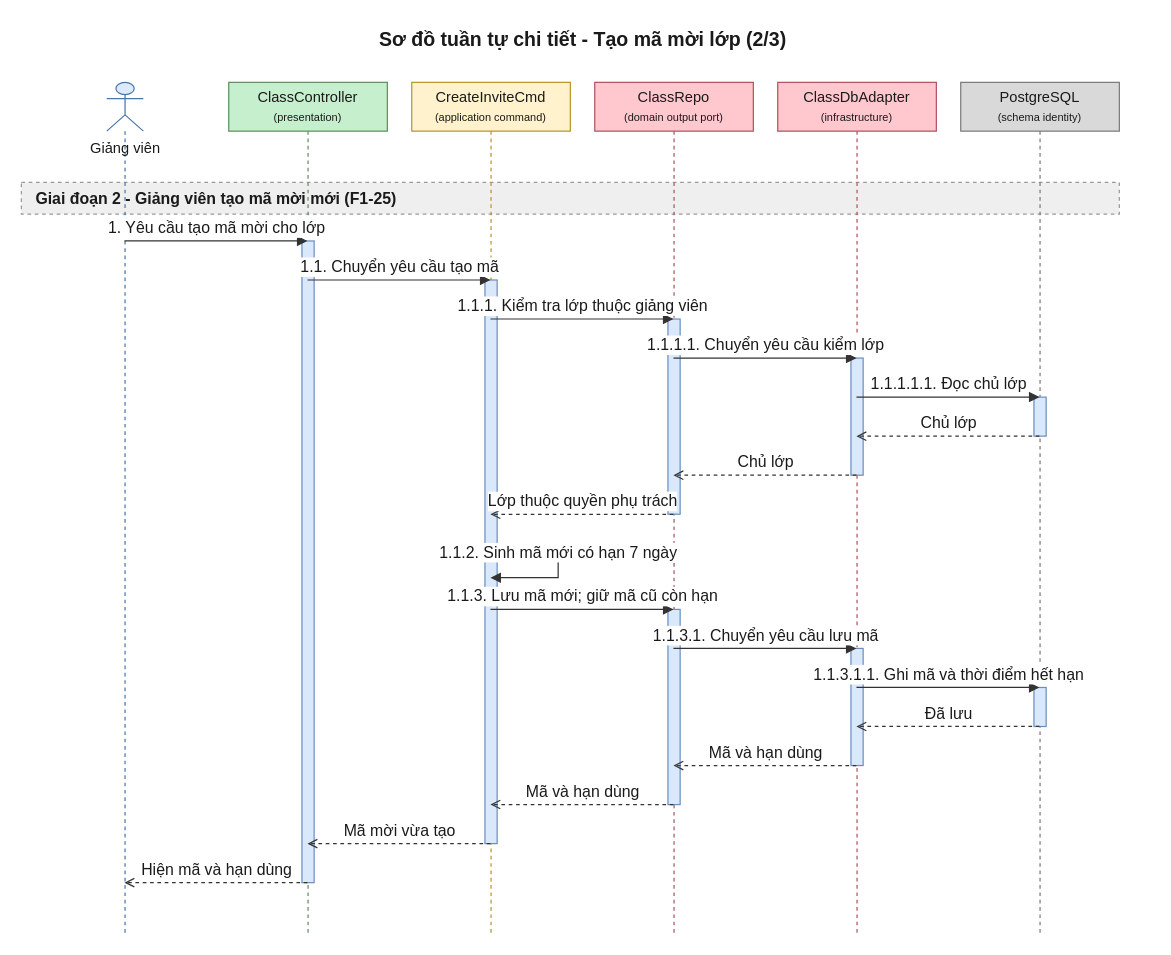
Above: 08-diagram/sequence/gv/sequence_gv_tao_lop_va_ma_moi_p2.drawio in daiphu1801/PRJ_ALGOPREP (draw.io), before the change. Source tidied: cells renumbered, new cells numbered last; positions are measured from the earlier drawing's top-left corner, leaving out a move shared by most shapes. Both pictures are drawn from the tidied source at 122%, with x=0, y=0 at pixel (21, 21).
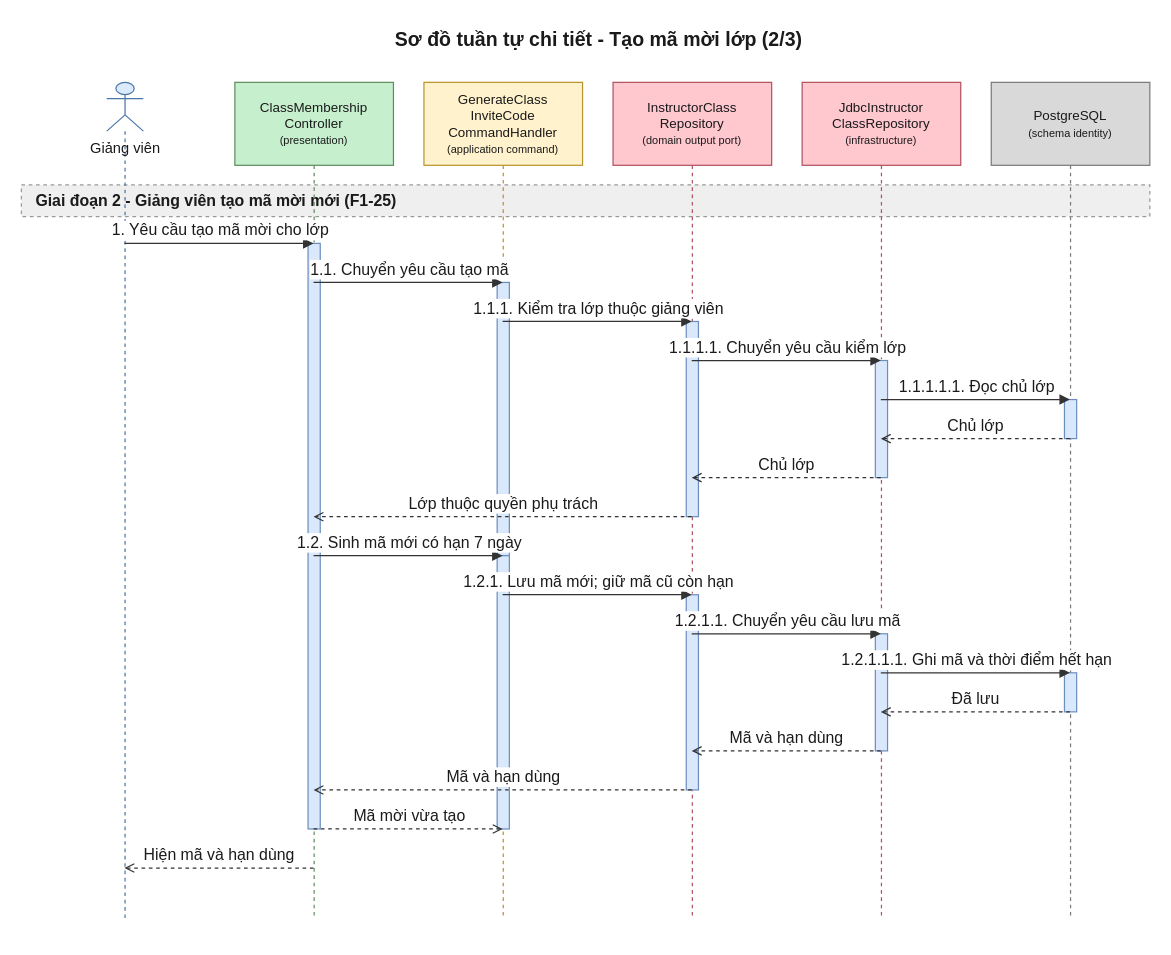
After the change.

Change to the diagram source:
```diff
@@
     <mxCell id="2" value="Sơ đồ tuần tự chi tiết - Tạo mã mời lớp (2/3)" style="text;html=1;fontSize=16;fontStyle=1;align=center;verticalAlign=middle;fontColor=#1A1A1A;" parent="1" vertex="1">
-      <mxGeometry x="20" width="880" height="30" as="geometry" />
+      <mxGeometry x="20" width="905" height="30" as="geometry" />
     </mxCell>
     <mxCell id="3" value="Giai đoạn 2 - Giảng viên tạo mã mời mới (F1-25)" style="algoprep=phase;rounded=0;whiteSpace=wrap;html=1;fillColor=#EFEFEF;strokeColor=#999999;dashed=1;align=left;verticalAlign=middle;spacingLeft=10;fontColor=#1A1A1A;fontSize=13;fontStyle=1;" parent="1" vertex="1">
-      <mxGeometry y="132" width="900" height="26" as="geometry" />
+      <mxGeometry y="134" width="925" height="26" as="geometry" />
     </mxCell>
     <mxCell id="4" value="Giảng viên" style="shape=umlLifeline;participant=umlActor;perimeter=lifelinePerimeter;html=1;outlineConnect=0;size=40;verticalAlign=top;spacingTop=40;fillColor=#DCEBFC;strokeColor=#4A76A8;fontColor=#1A1A1A;" parent="1" vertex="1">
-      <mxGeometry x="70" y="50" width="30" height="698" as="geometry" />
+      <mxGeometry x="70" y="50" width="30" height="686" as="geometry" />
     </mxCell>
-    <mxCell id="5" value="ClassController&lt;br&gt;&lt;font style=&quot;font-size:9px&quot;&gt;(presentation)&lt;/font&gt;" style="shape=umlLifeline;perimeter=lifelinePerimeter;whiteSpace=wrap;html=1;outlineConnect=0;size=40;fillColor=#C6EFCE;strokeColor=#5E8E5E;fontColor=#1A1A1A;" parent="1" vertex="1">
-      <mxGeometry x="170" y="50" width="130" height="698" as="geometry" />
+    <mxCell id="5" value="ClassMembership&lt;br&gt;Controller&lt;br&gt;&lt;font style=&quot;font-size:9px&quot;&gt;(presentation)&lt;/font&gt;" style="shape=umlLifeline;perimeter=lifelinePerimeter;whiteSpace=wrap;html=1;outlineConnect=0;size=68;fontSize=11;fillColor=#C6EFCE;strokeColor=#5E8E5E;fontColor=#1A1A1A;" parent="1" vertex="1">
+      <mxGeometry x="175" y="50" width="130" height="686" as="geometry" />
     </mxCell>
-    <mxCell id="6" value="CreateInviteCmd&lt;br&gt;&lt;font style=&quot;font-size:9px&quot;&gt;(application command)&lt;/font&gt;" style="shape=umlLifeline;perimeter=lifelinePerimeter;whiteSpace=wrap;html=1;outlineConnect=0;size=40;fillColor=#FFF2CC;strokeColor=#B8952A;fontColor=#1A1A1A;" parent="1" vertex="1">
-      <mxGeometry x="320" y="50" width="130" height="698" as="geometry" />
+    <mxCell id="6" value="GenerateClass&lt;br&gt;InviteCode&lt;br&gt;CommandHandler&lt;br&gt;&lt;font style=&quot;font-size:9px&quot;&gt;(application command)&lt;/font&gt;" style="shape=umlLifeline;perimeter=lifelinePerimeter;whiteSpace=wrap;html=1;outlineConnect=0;size=68;fontSize=11;fillColor=#FFF2CC;strokeColor=#B8952A;fontColor=#1A1A1A;" parent="1" vertex="1">
+      <mxGeometry x="330" y="50" width="130" height="686" as="geometry" />
     </mxCell>
-    <mxCell id="7" value="ClassRepo&lt;br&gt;&lt;font style=&quot;font-size:9px&quot;&gt;(domain output port)&lt;/font&gt;" style="shape=umlLifeline;perimeter=lifelinePerimeter;whiteSpace=wrap;html=1;outlineConnect=0;size=40;fillColor=#FFC7CE;strokeColor=#B0525E;fontColor=#1A1A1A;" parent="1" vertex="1">
-      <mxGeometry x="470" y="50" width="130" height="698" as="geometry" />
+    <mxCell id="7" value="InstructorClass&lt;br&gt;Repository&lt;br&gt;&lt;font style=&quot;font-size:9px&quot;&gt;(domain output port)&lt;/font&gt;" style="shape=umlLifeline;perimeter=lifelinePerimeter;whiteSpace=wrap;html=1;outlineConnect=0;size=68;fontSize=11;fillColor=#FFC7CE;strokeColor=#B0525E;fontColor=#1A1A1A;" parent="1" vertex="1">
+      <mxGeometry x="485" y="50" width="130" height="686" as="geometry" />
     </mxCell>
-    <mxCell id="8" value="ClassDbAdapter&lt;br&gt;&lt;font style=&quot;font-size:9px&quot;&gt;(infrastructure)&lt;/font&gt;" style="shape=umlLifeline;perimeter=lifelinePerimeter;whiteSpace=wrap;html=1;outlineConnect=0;size=40;fillColor=#FFC7CE;strokeColor=#B0525E;fontColor=#1A1A1A;" parent="1" vertex="1">
-      <mxGeometry x="620" y="50" width="130" height="698" as="geometry" />
+    <mxCell id="8" value="JdbcInstructor&lt;br&gt;ClassRepository&lt;br&gt;&lt;font style=&quot;font-size:9px&quot;&gt;(infrastructure)&lt;/font&gt;" style="shape=umlLifeline;perimeter=lifelinePerimeter;whiteSpace=wrap;html=1;outlineConnect=0;size=68;fontSize=11;fillColor=#FFC7CE;strokeColor=#B0525E;fontColor=#1A1A1A;" parent="1" vertex="1">
+      <mxGeometry x="640" y="50" width="130" height="686" as="geometry" />
     </mxCell>
-    <mxCell id="9" value="PostgreSQL&lt;br&gt;&lt;font style=&quot;font-size:9px&quot;&gt;(schema identity)&lt;/font&gt;" style="shape=umlLifeline;perimeter=lifelinePerimeter;whiteSpace=wrap;html=1;outlineConnect=0;size=40;fillColor=#D9D9D9;strokeColor=#7A7A7A;fontColor=#1A1A1A;" parent="1" vertex="1">
-      <mxGeometry x="770" y="50" width="130" height="698" as="geometry" />
+    <mxCell id="9" value="PostgreSQL&lt;br&gt;&lt;font style=&quot;font-size:9px&quot;&gt;(schema identity)&lt;/font&gt;" style="shape=umlLifeline;perimeter=lifelinePerimeter;whiteSpace=wrap;html=1;outlineConnect=0;size=68;fontSize=11;fillColor=#D9D9D9;strokeColor=#7A7A7A;fontColor=#1A1A1A;" parent="1" vertex="1">
+      <mxGeometry x="795" y="50" width="130" height="686" as="geometry" />
     </mxCell>
     <mxCell id="10" style="html=1;perimeter=orthogonalPerimeter;targetShapes=umlLifeline;fillColor=#DAE8FC;strokeColor=#6C8EBF;" parent="9" vertex="1">
-      <mxGeometry x="60" y="258" width="10" height="32" as="geometry" />
+      <mxGeometry x="60" y="260" width="10" height="32" as="geometry" />
     </mxCell>
     <mxCell id="11" style="html=1;perimeter=orthogonalPerimeter;targetShapes=umlLifeline;fillColor=#DAE8FC;strokeColor=#6C8EBF;" parent="8" vertex="1">
-      <mxGeometry x="60" y="226" width="10" height="96" as="geometry" />
+      <mxGeometry x="60" y="228" width="10" height="96" as="geometry" />
     </mxCell>
     <mxCell id="12" style="html=1;perimeter=orthogonalPerimeter;targetShapes=umlLifeline;fillColor=#DAE8FC;strokeColor=#6C8EBF;" parent="7" vertex="1">
-      <mxGeometry x="60" y="194" width="10" height="160" as="geometry" />
+      <mxGeometry x="60" y="196" width="10" height="160" as="geometry" />
     </mxCell>
-    <mxCell id="13" style="html=1;perimeter=orthogonalPerimeter;targetShapes=umlLifeline;fillColor=#DAE8FC;strokeColor=#6C8EBF;" parent="9" vertex="1">
-      <mxGeometry x="60" y="496" width="10" height="32" as="geometry" />
+    <mxCell id="13" style="html=1;perimeter=orthogonalPerimeter;targetShapes=umlLifeline;fillColor=#DAE8FC;strokeColor=#6C8EBF;" parent="6" vertex="1">
+      <mxGeometry x="60" y="164" width="10" height="224" as="geometry" />
     </mxCell>
-    <mxCell id="14" style="html=1;perimeter=orthogonalPerimeter;targetShapes=umlLifeline;fillColor=#DAE8FC;strokeColor=#6C8EBF;" parent="8" vertex="1">
-      <mxGeometry x="60" y="464" width="10" height="96" as="geometry" />
+    <mxCell id="14" style="html=1;perimeter=orthogonalPerimeter;targetShapes=umlLifeline;fillColor=#DAE8FC;strokeColor=#6C8EBF;" parent="9" vertex="1">
+      <mxGeometry x="60" y="484" width="10" height="32" as="geometry" />
     </mxCell>
-    <mxCell id="15" style="html=1;perimeter=orthogonalPerimeter;targetShapes=umlLifeline;fillColor=#DAE8FC;strokeColor=#6C8EBF;" parent="7" vertex="1">
-      <mxGeometry x="60" y="432" width="10" height="160" as="geometry" />
+    <mxCell id="15" style="html=1;perimeter=orthogonalPerimeter;targetShapes=umlLifeline;fillColor=#DAE8FC;strokeColor=#6C8EBF;" parent="8" vertex="1">
+      <mxGeometry x="60" y="452" width="10" height="96" as="geometry" />
     </mxCell>
-    <mxCell id="16" style="html=1;perimeter=orthogonalPerimeter;targetShapes=umlLifeline;fillColor=#DAE8FC;strokeColor=#6C8EBF;" parent="6" vertex="1">
-      <mxGeometry x="60" y="162" width="10" height="462" as="geometry" />
+    <mxCell id="16" style="html=1;perimeter=orthogonalPerimeter;targetShapes=umlLifeline;fillColor=#DAE8FC;strokeColor=#6C8EBF;" parent="7" vertex="1">
+      <mxGeometry x="60" y="420" width="10" height="160" as="geometry" />
     </mxCell>
-    <mxCell id="17" style="html=1;perimeter=orthogonalPerimeter;targetShapes=umlLifeline;fillColor=#DAE8FC;strokeColor=#6C8EBF;" parent="5" vertex="1">
-      <mxGeometry x="60" y="130" width="10" height="526" as="geometry" />
+    <mxCell id="17" style="html=1;perimeter=orthogonalPerimeter;targetShapes=umlLifeline;fillColor=#DAE8FC;strokeColor=#6C8EBF;" parent="6" vertex="1">
+      <mxGeometry x="60" y="388" width="10" height="224" as="geometry" />
     </mxCell>
-    <mxCell id="18" value="1. Yêu cầu tạo mã mời cho lớp" style="edgeStyle=none;html=1;endArrow=block;endFill=1;strokeColor=#333333;fontColor=#1A1A1A;fontSize=13;verticalAlign=bottom;exitX=0.5;exitY=0.1862;exitDx=0;exitDy=0;entryX=0.5;entryY=0.1862;entryDx=0;entryDy=0;" parent="1" edge="1" source="4" target="5">
-      <mxGeometry relative="1" as="geometry" />
-    </mxCell>
+    <mxCell id="35" style="html=1;perimeter=orthogonalPerimeter;targetShapes=umlLifeline;fillColor=#DAE8FC;strokeColor=#6C8EBF;" parent="5" vertex="1">
+      <mxGeometry x="60" y="132" width="10" height="480" as="geometry" />
+    </mxCell>
-    <mxCell id="19" value="1.1. Chuyển yêu cầu tạo mã" style="edgeStyle=none;html=1;endArrow=block;endFill=1;strokeColor=#333333;fontColor=#1A1A1A;fontSize=13;verticalAlign=bottom;exitX=0.5;exitY=0.2321;exitDx=0;exitDy=0;entryX=0.5;entryY=0.2321;entryDx=0;entryDy=0;" parent="1" edge="1" source="5" target="6">
+    <mxCell id="19" value="1. Yêu cầu tạo mã mời cho lớp" style="edgeStyle=none;html=1;endArrow=block;endFill=1;strokeColor=#333333;fontColor=#1A1A1A;fontSize=13;verticalAlign=bottom;exitX=0.5;exitY=0.1924;exitDx=0;exitDy=0;entryX=0.5;entryY=0.1924;entryDx=0;entryDy=0;" parent="1" edge="1" source="4" target="5">
       <mxGeometry relative="1" as="geometry" />
     </mxCell>
-    <mxCell id="20" value="1.1.1. Kiểm tra lớp thuộc giảng viên" style="edgeStyle=none;html=1;endArrow=block;endFill=1;strokeColor=#333333;fontColor=#1A1A1A;fontSize=13;verticalAlign=bottom;exitX=0.5;exitY=0.2779;exitDx=0;exitDy=0;entryX=0.5;entryY=0.2779;entryDx=0;entryDy=0;" parent="1" edge="1" source="6" target="7">
+    <mxCell id="20" value="1.1. Chuyển yêu cầu tạo mã" style="edgeStyle=none;html=1;endArrow=block;endFill=1;strokeColor=#333333;fontColor=#1A1A1A;fontSize=13;verticalAlign=bottom;exitX=0.5;exitY=0.2391;exitDx=0;exitDy=0;entryX=0.5;entryY=0.2391;entryDx=0;entryDy=0;" parent="1" edge="1" source="5" target="6">
       <mxGeometry relative="1" as="geometry" />
     </mxCell>
-    <mxCell id="21" value="1.1.1.1. Chuyển yêu cầu kiểm lớp" style="edgeStyle=none;html=1;endArrow=block;endFill=1;strokeColor=#333333;fontColor=#1A1A1A;fontSize=13;verticalAlign=bottom;exitX=0.5;exitY=0.3238;exitDx=0;exitDy=0;entryX=0.5;entryY=0.3238;entryDx=0;entryDy=0;" parent="1" edge="1" source="7" target="8">
+    <mxCell id="21" value="1.1.1. Kiểm tra lớp thuộc giảng viên" style="edgeStyle=none;html=1;endArrow=block;endFill=1;strokeColor=#333333;fontColor=#1A1A1A;fontSize=13;verticalAlign=bottom;exitX=0.5;exitY=0.2857;exitDx=0;exitDy=0;entryX=0.5;entryY=0.2857;entryDx=0;entryDy=0;" parent="1" edge="1" source="6" target="7">
       <mxGeometry relative="1" as="geometry" />
     </mxCell>
-    <mxCell id="22" value="1.1.1.1.1. Đọc chủ lớp" style="edgeStyle=none;html=1;endArrow=block;endFill=1;strokeColor=#333333;fontColor=#1A1A1A;fontSize=13;verticalAlign=bottom;exitX=0.5;exitY=0.3696;exitDx=0;exitDy=0;entryX=0.5;entryY=0.3696;entryDx=0;entryDy=0;" parent="1" edge="1" source="8" target="9">
+    <mxCell id="22" value="1.1.1.1. Chuyển yêu cầu kiểm lớp" style="edgeStyle=none;html=1;endArrow=block;endFill=1;strokeColor=#333333;fontColor=#1A1A1A;fontSize=13;verticalAlign=bottom;exitX=0.5;exitY=0.3324;exitDx=0;exitDy=0;entryX=0.5;entryY=0.3324;entryDx=0;entryDy=0;" parent="1" edge="1" source="7" target="8">
       <mxGeometry relative="1" as="geometry" />
     </mxCell>
-    <mxCell id="23" value="Chủ lớp" style="edgeStyle=none;html=1;endArrow=open;endFill=0;dashed=1;strokeColor=#333333;fontColor=#1A1A1A;fontSize=13;verticalAlign=bottom;exitX=0.5;exitY=0.4155;exitDx=0;exitDy=0;entryX=0.5;entryY=0.4155;entryDx=0;entryDy=0;" parent="1" edge="1" source="9" target="8">
+    <mxCell id="23" value="1.1.1.1.1. Đọc chủ lớp" style="edgeStyle=none;html=1;endArrow=block;endFill=1;strokeColor=#333333;fontColor=#1A1A1A;fontSize=13;verticalAlign=bottom;exitX=0.5;exitY=0.3790;exitDx=0;exitDy=0;entryX=0.5;entryY=0.3790;entryDx=0;entryDy=0;" parent="1" edge="1" source="8" target="9">
       <mxGeometry relative="1" as="geometry" />
     </mxCell>
-    <mxCell id="24" value="Chủ lớp" style="edgeStyle=none;html=1;endArrow=open;endFill=0;dashed=1;strokeColor=#333333;fontColor=#1A1A1A;fontSize=13;verticalAlign=bottom;exitX=0.5;exitY=0.4613;exitDx=0;exitDy=0;entryX=0.5;entryY=0.4613;entryDx=0;entryDy=0;" parent="1" edge="1" source="8" target="7">
+    <mxCell id="24" value="Chủ lớp" style="edgeStyle=none;html=1;endArrow=open;endFill=0;dashed=1;strokeColor=#333333;fontColor=#1A1A1A;fontSize=13;verticalAlign=bottom;exitX=0.5;exitY=0.4257;exitDx=0;exitDy=0;entryX=0.5;entryY=0.4257;entryDx=0;entryDy=0;" parent="1" edge="1" source="9" target="8">
       <mxGeometry relative="1" as="geometry" />
     </mxCell>
-    <mxCell id="25" value="Lớp thuộc quyền phụ trách" style="edgeStyle=none;html=1;endArrow=open;endFill=0;dashed=1;strokeColor=#333333;fontColor=#1A1A1A;fontSize=13;verticalAlign=bottom;exitX=0.5;exitY=0.5072;exitDx=0;exitDy=0;entryX=0.5;entryY=0.5072;entryDx=0;entryDy=0;" parent="1" edge="1" source="7" target="6">
+    <mxCell id="25" value="Chủ lớp" style="edgeStyle=none;html=1;endArrow=open;endFill=0;dashed=1;strokeColor=#333333;fontColor=#1A1A1A;fontSize=13;verticalAlign=bottom;exitX=0.5;exitY=0.4723;exitDx=0;exitDy=0;entryX=0.5;entryY=0.4723;entryDx=0;entryDy=0;" parent="1" edge="1" source="8" target="7">
       <mxGeometry relative="1" as="geometry" />
     </mxCell>
-    <mxCell id="26" value="1.1.2. Sinh mã mới có hạn 7 ngày" style="edgeStyle=orthogonalEdgeStyle;rounded=0;html=1;endArrow=block;endFill=1;strokeColor=#333333;fontColor=#1A1A1A;fontSize=13;verticalAlign=bottom;exitX=0.5;exitY=0.5530;exitDx=0;exitDy=0;entryX=0.5;entryY=0.5817;entryDx=0;entryDy=0;" parent="1" edge="1" source="6" target="6">
-      <mxGeometry relative="1" as="geometry">
-        <Array as="points">
-          <mxPoint x="440" y="436" />
-          <mxPoint x="440" y="456" />
-        </Array>
-      </mxGeometry>
+    <mxCell id="26" value="Lớp thuộc quyền phụ trách" style="edgeStyle=none;html=1;endArrow=open;endFill=0;dashed=1;strokeColor=#333333;fontColor=#1A1A1A;fontSize=13;verticalAlign=bottom;exitX=0.5;exitY=0.5190;exitDx=0;exitDy=0;entryX=0.5;entryY=0.5190;entryDx=0;entryDy=0;" parent="1" edge="1" source="7" target="5">
+      <mxGeometry relative="1" as="geometry" />
     </mxCell>
-    <mxCell id="27" value="1.1.3. Lưu mã mới; giữ mã cũ còn hạn" style="edgeStyle=none;html=1;endArrow=block;endFill=1;strokeColor=#333333;fontColor=#1A1A1A;fontSize=13;verticalAlign=bottom;exitX=0.5;exitY=0.6189;exitDx=0;exitDy=0;entryX=0.5;entryY=0.6189;entryDx=0;entryDy=0;" parent="1" edge="1" source="6" target="7">
+    <mxCell id="27" value="1.2. Sinh mã mới có hạn 7 ngày" style="edgeStyle=none;html=1;endArrow=block;endFill=1;strokeColor=#333333;fontColor=#1A1A1A;fontSize=13;verticalAlign=bottom;exitX=0.5;exitY=0.5656;exitDx=0;exitDy=0;entryX=0.5;entryY=0.5656;entryDx=0;entryDy=0;" parent="1" edge="1" source="5" target="6">
       <mxGeometry relative="1" as="geometry" />
     </mxCell>
-    <mxCell id="28" value="1.1.3.1. Chuyển yêu cầu lưu mã" style="edgeStyle=none;html=1;endArrow=block;endFill=1;strokeColor=#333333;fontColor=#1A1A1A;fontSize=13;verticalAlign=bottom;exitX=0.5;exitY=0.6648;exitDx=0;exitDy=0;entryX=0.5;entryY=0.6648;entryDx=0;entryDy=0;" parent="1" edge="1" source="7" target="8">
+    <mxCell id="28" value="1.2.1. Lưu mã mới; giữ mã cũ còn hạn" style="edgeStyle=none;html=1;endArrow=block;endFill=1;strokeColor=#333333;fontColor=#1A1A1A;fontSize=13;verticalAlign=bottom;exitX=0.5;exitY=0.6122;exitDx=0;exitDy=0;entryX=0.5;entryY=0.6122;entryDx=0;entryDy=0;" parent="1" edge="1" source="6" target="7">
       <mxGeometry relative="1" as="geometry" />
     </mxCell>
-    <mxCell id="29" value="1.1.3.1.1. Ghi mã và thời điểm hết hạn" style="edgeStyle=none;html=1;endArrow=block;endFill=1;strokeColor=#333333;fontColor=#1A1A1A;fontSize=13;verticalAlign=bottom;exitX=0.5;exitY=0.7106;exitDx=0;exitDy=0;entryX=0.5;entryY=0.7106;entryDx=0;entryDy=0;" parent="1" edge="1" source="8" target="9">
+    <mxCell id="29" value="1.2.1.1. Chuyển yêu cầu lưu mã" style="edgeStyle=none;html=1;endArrow=block;endFill=1;strokeColor=#333333;fontColor=#1A1A1A;fontSize=13;verticalAlign=bottom;exitX=0.5;exitY=0.6589;exitDx=0;exitDy=0;entryX=0.5;entryY=0.6589;entryDx=0;entryDy=0;" parent="1" edge="1" source="7" target="8">
       <mxGeometry relative="1" as="geometry" />
     </mxCell>
-    <mxCell id="30" value="Đã lưu" style="edgeStyle=none;html=1;endArrow=open;endFill=0;dashed=1;strokeColor=#333333;fontColor=#1A1A1A;fontSize=13;verticalAlign=bottom;exitX=0.5;exitY=0.7564;exitDx=0;exitDy=0;entryX=0.5;entryY=0.7564;entryDx=0;entryDy=0;" parent="1" edge="1" source="9" target="8">
+    <mxCell id="30" value="1.2.1.1.1. Ghi mã và thời điểm hết hạn" style="edgeStyle=none;html=1;endArrow=block;endFill=1;strokeColor=#333333;fontColor=#1A1A1A;fontSize=13;verticalAlign=bottom;exitX=0.5;exitY=0.7055;exitDx=0;exitDy=0;entryX=0.5;entryY=0.7055;entryDx=0;entryDy=0;" parent="1" edge="1" source="8" target="9">
       <mxGeometry relative="1" as="geometry" />
     </mxCell>
-    <mxCell id="31" value="Mã và hạn dùng" style="edgeStyle=none;html=1;endArrow=open;endFill=0;dashed=1;strokeColor=#333333;fontColor=#1A1A1A;fontSize=13;verticalAlign=bottom;exitX=0.5;exitY=0.8023;exitDx=0;exitDy=0;entryX=0.5;entryY=0.8023;entryDx=0;entryDy=0;" parent="1" edge="1" source="8" target="7">
+    <mxCell id="31" value="Đã lưu" style="edgeStyle=none;html=1;endArrow=open;endFill=0;dashed=1;strokeColor=#333333;fontColor=#1A1A1A;fontSize=13;verticalAlign=bottom;exitX=0.5;exitY=0.7522;exitDx=0;exitDy=0;entryX=0.5;entryY=0.7522;entryDx=0;entryDy=0;" parent="1" edge="1" source="9" target="8">
       <mxGeometry relative="1" as="geometry" />
     </mxCell>
-    <mxCell id="32" value="Mã và hạn dùng" style="edgeStyle=none;html=1;endArrow=open;endFill=0;dashed=1;strokeColor=#333333;fontColor=#1A1A1A;fontSize=13;verticalAlign=bottom;exitX=0.5;exitY=0.8481;exitDx=0;exitDy=0;entryX=0.5;entryY=0.8481;entryDx=0;entryDy=0;" parent="1" edge="1" source="7" target="6">
+    <mxCell id="32" value="Mã và hạn dùng" style="edgeStyle=none;html=1;endArrow=open;endFill=0;dashed=1;strokeColor=#333333;fontColor=#1A1A1A;fontSize=13;verticalAlign=bottom;exitX=0.5;exitY=0.7988;exitDx=0;exitDy=0;entryX=0.5;entryY=0.7988;entryDx=0;entryDy=0;" parent="1" edge="1" source="8" target="7">
       <mxGeometry relative="1" as="geometry" />
     </mxCell>
-    <mxCell id="33" value="Mã mời vừa tạo" style="edgeStyle=none;html=1;endArrow=open;endFill=0;dashed=1;strokeColor=#333333;fontColor=#1A1A1A;fontSize=13;verticalAlign=bottom;exitX=0.5;exitY=0.8940;exitDx=0;exitDy=0;entryX=0.5;entryY=0.8940;entryDx=0;entryDy=0;" parent="1" edge="1" source="6" target="5">
+    <mxCell id="33" value="Mã và hạn dùng" style="edgeStyle=none;html=1;endArrow=open;endFill=0;dashed=1;strokeColor=#333333;fontColor=#1A1A1A;fontSize=13;verticalAlign=bottom;exitX=0.5;exitY=0.8455;exitDx=0;exitDy=0;entryX=0.5;entryY=0.8455;entryDx=0;entryDy=0;" parent="1" edge="1" source="7" target="5">
       <mxGeometry relative="1" as="geometry" />
     </mxCell>
-    <mxCell id="34" value="Hiện mã và hạn dùng" style="edgeStyle=none;html=1;endArrow=open;endFill=0;dashed=1;strokeColor=#333333;fontColor=#1A1A1A;fontSize=13;verticalAlign=bottom;exitX=0.5;exitY=0.9398;exitDx=0;exitDy=0;entryX=0.5;entryY=0.9398;entryDx=0;entryDy=0;" parent="1" edge="1" source="5" target="4">
+    <mxCell id="34" value="Mã mời vừa tạo" style="edgeStyle=none;html=1;endArrow=open;endFill=0;dashed=1;strokeColor=#333333;fontColor=#1A1A1A;fontSize=13;verticalAlign=bottom;exitX=0.5;exitY=0.8921;exitDx=0;exitDy=0;entryX=0.5;entryY=0.8921;entryDx=0;entryDy=0;" parent="1" edge="1" source="5" target="6">
       <mxGeometry relative="1" as="geometry" />
     </mxCell>
+    <mxCell id="36" value="Hiện mã và hạn dùng" style="edgeStyle=none;html=1;endArrow=open;endFill=0;dashed=1;strokeColor=#333333;fontColor=#1A1A1A;fontSize=13;verticalAlign=bottom;exitX=0.5;exitY=0.9388;exitDx=0;exitDy=0;entryX=0.5;entryY=0.9388;entryDx=0;entryDy=0;" parent="1" edge="1" source="5" target="4">
+      <mxGeometry relative="1" as="geometry" />
+    </mxCell>
```
